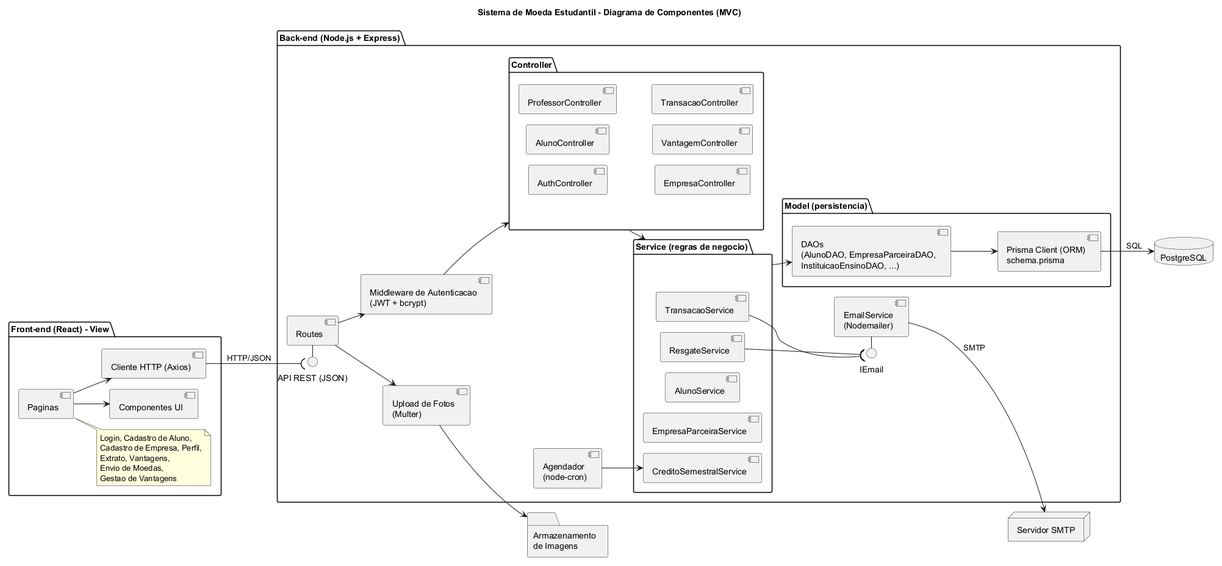
This is docs/diagramas/componentes/diagrama-de-componentes.png from natadias/moeda-estudantil, a PlantUML export, as it was before one commit.
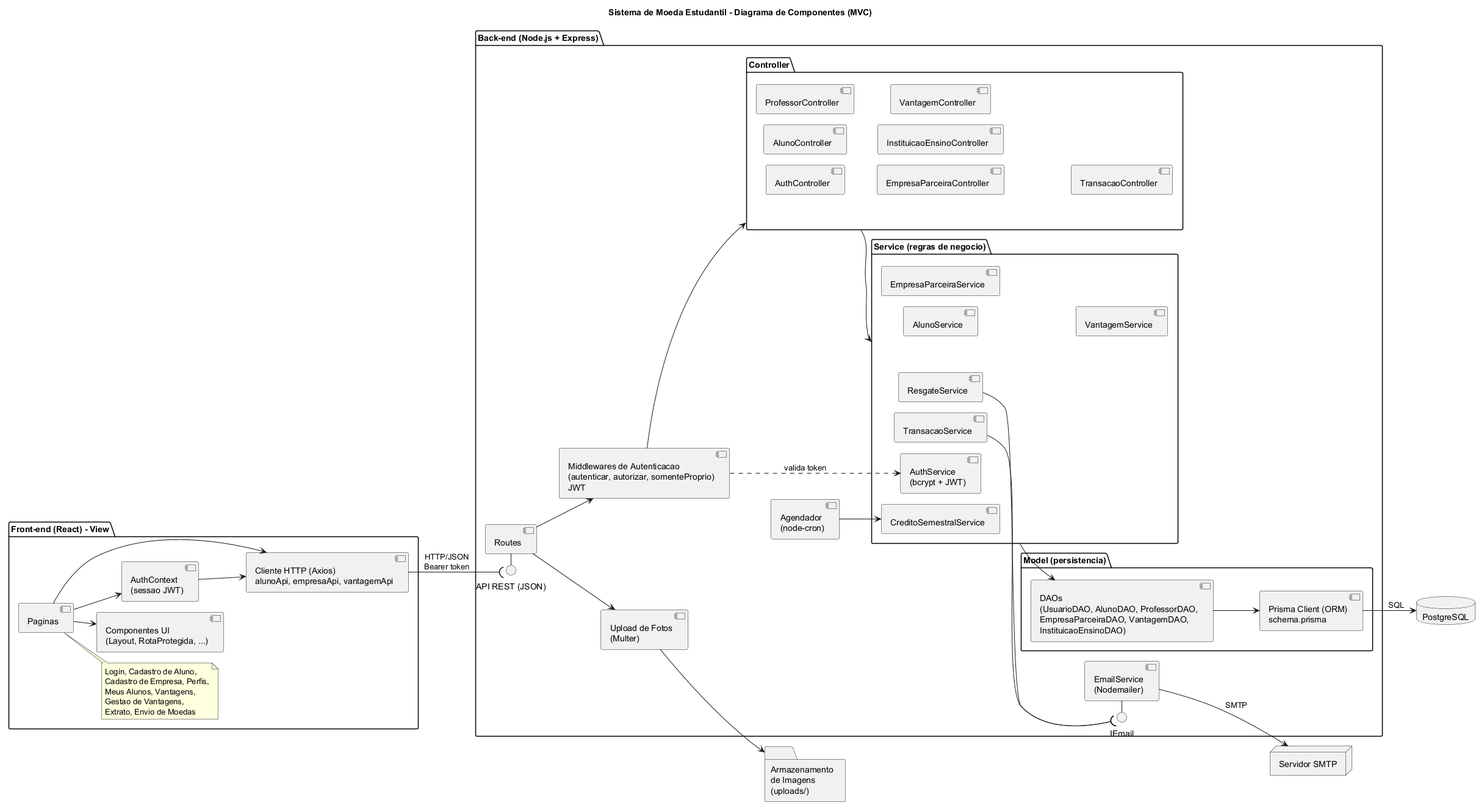
Later version of the same file.

Change to the diagram source:
```diff
@@ -8,41 +8,47 @@
   [Paginas] as Paginas
   note right of Paginas
     Login, Cadastro de Aluno,
-    Cadastro de Empresa, Perfil,
-    Extrato, Vantagens,
-    Envio de Moedas,
-    Gestao de Vantagens
+    Cadastro de Empresa, Perfis,
+    Meus Alunos, Vantagens,
+    Gestao de Vantagens,
+    Extrato, Envio de Moedas
   end note
-  [Componentes UI] as UI
-  [Cliente HTTP (Axios)] as Api
+  [Componentes UI\n(Layout, RotaProtegida, ...)] as UI
+  [AuthContext\n(sessao JWT)] as AuthCtx
+  [Cliente HTTP (Axios)\nalunoApi, empresaApi, vantagemApi] as Api
   Paginas --> UI
+  Paginas --> AuthCtx
   Paginas --> Api
+  AuthCtx --> Api
 }
 
 package "Back-end (Node.js + Express)" {
   interface "API REST (JSON)" as IRest
   [Routes] as Routes
-  [Middleware de Autenticacao\n(JWT + bcrypt)] as Auth
+  [Middlewares de Autenticacao\n(autenticar, autorizar, somenteProprio)\nJWT] as Auth
 
   package "Controller" {
     [AuthController]
     [AlunoController]
     [ProfessorController]
-    [EmpresaController]
+    [EmpresaParceiraController]
+    [InstituicaoEnsinoController]
     [VantagemController]
     [TransacaoController]
   }
 
   package "Service (regras de negocio)" {
+    [AuthService\n(bcrypt + JWT)] as AuthSvc
+    [AlunoService]
+    [EmpresaParceiraService]
+    [VantagemService]
     [TransacaoService]
     [ResgateService]
     [CreditoSemestralService]
-    [AlunoService]
-    [EmpresaParceiraService]
   }
 
   package "Model (persistencia)" {
-    [DAOs\n(AlunoDAO, EmpresaParceiraDAO,\nInstituicaoEnsinoDAO, ...)] as DAO
+    [DAOs\n(UsuarioDAO, AlunoDAO, ProfessorDAO,\nEmpresaParceiraDAO, VantagemDAO,\nInstituicaoEnsinoDAO)] as DAO
     [Prisma Client (ORM)\nschema.prisma] as Prisma
     DAO --> Prisma
   }
@@ -56,6 +62,7 @@
   Routes --> Auth
   Routes --> Upload
   Auth --> Controller
+  Auth ..> AuthSvc : valida token
   Controller --> "Service (regras de negocio)"
   "Service (regras de negocio)" --> DAO
   EmailSvc - IEmail
@@ -66,9 +73,9 @@
 
 database "PostgreSQL" as DB
 node "Servidor SMTP" as SMTP
-folder "Armazenamento\nde Imagens" as Storage
+folder "Armazenamento\nde Imagens\n(uploads/)" as Storage
 
-Api --( IRest : HTTP/JSON
+Api --( IRest : HTTP/JSON\nBearer token
 Prisma --> DB : SQL
 EmailSvc --> SMTP : SMTP
 Upload --> Storage
```
